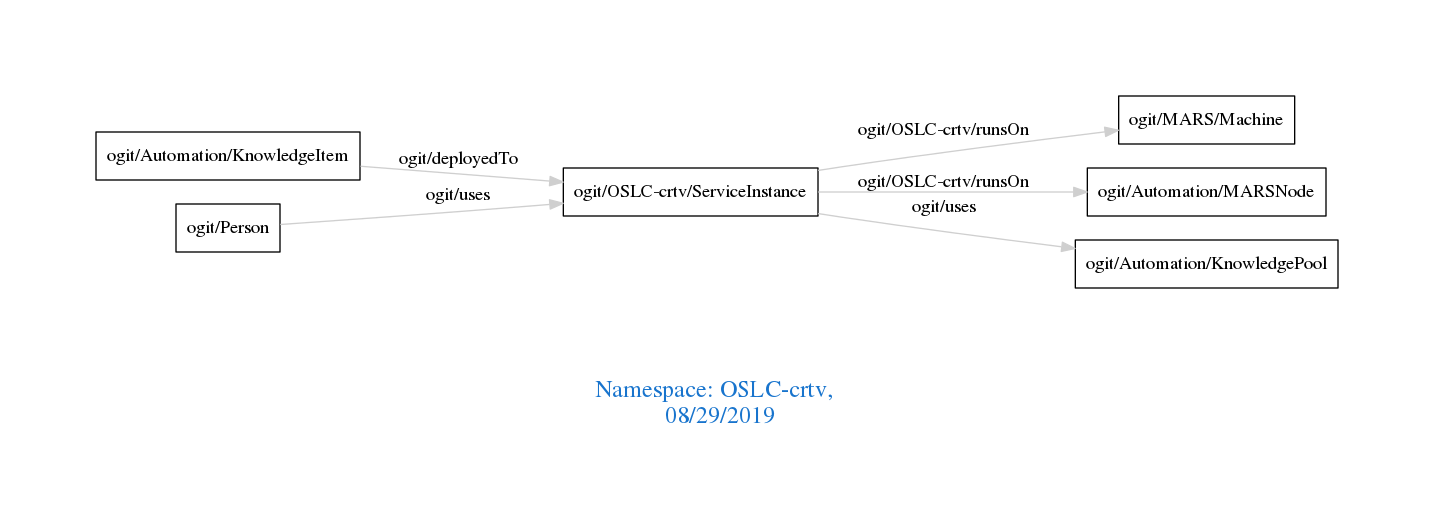
Before: downloads/OSLC-crtv.png, a diagram exported from Graphviz (arago/OGIT). Its source is kept beside it as downloads/OSLC-crtv.dot.
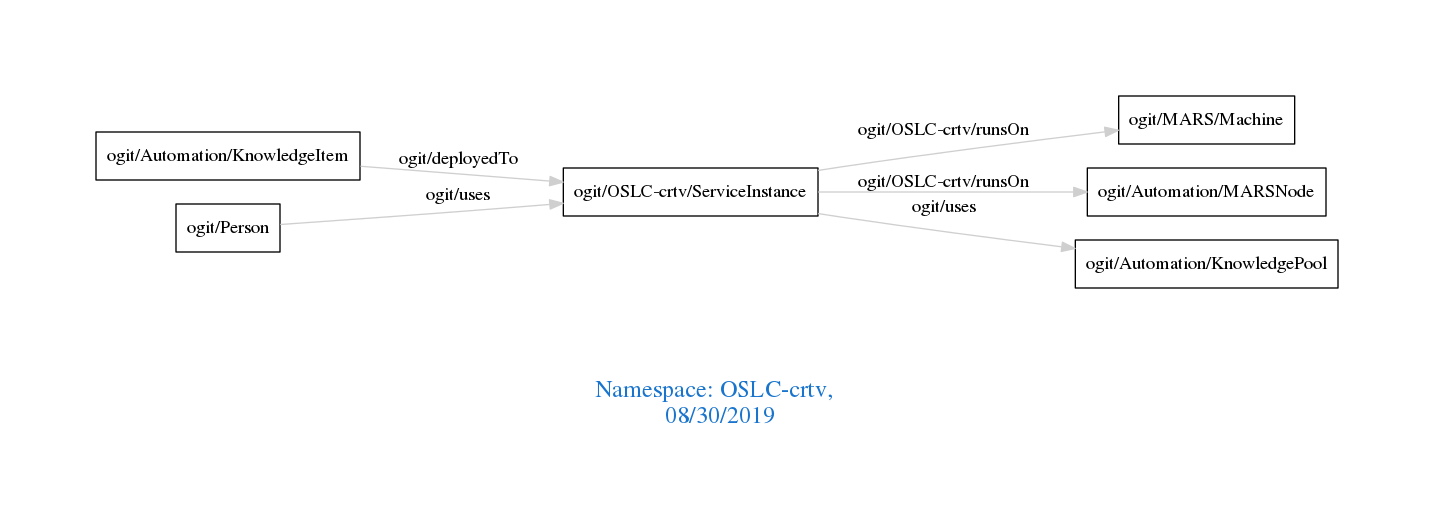
The same file after the commit.

What changed in the source:
```diff
@@ -1,7 +1,7 @@
 digraph OGIT_ontology {
  graph [ rankdir= LR,pad=1
 fontsize = 18,
-fontcolor= dodgerblue3,label = "\n\n\nNamespace: OSLC-crtv, \n 08/29/2019"];
+fontcolor= dodgerblue3,label = "\n\n\nNamespace: OSLC-crtv, \n 08/30/2019"];
 node[shape=polygon];
 edge [  color="gray81"];
 
```
